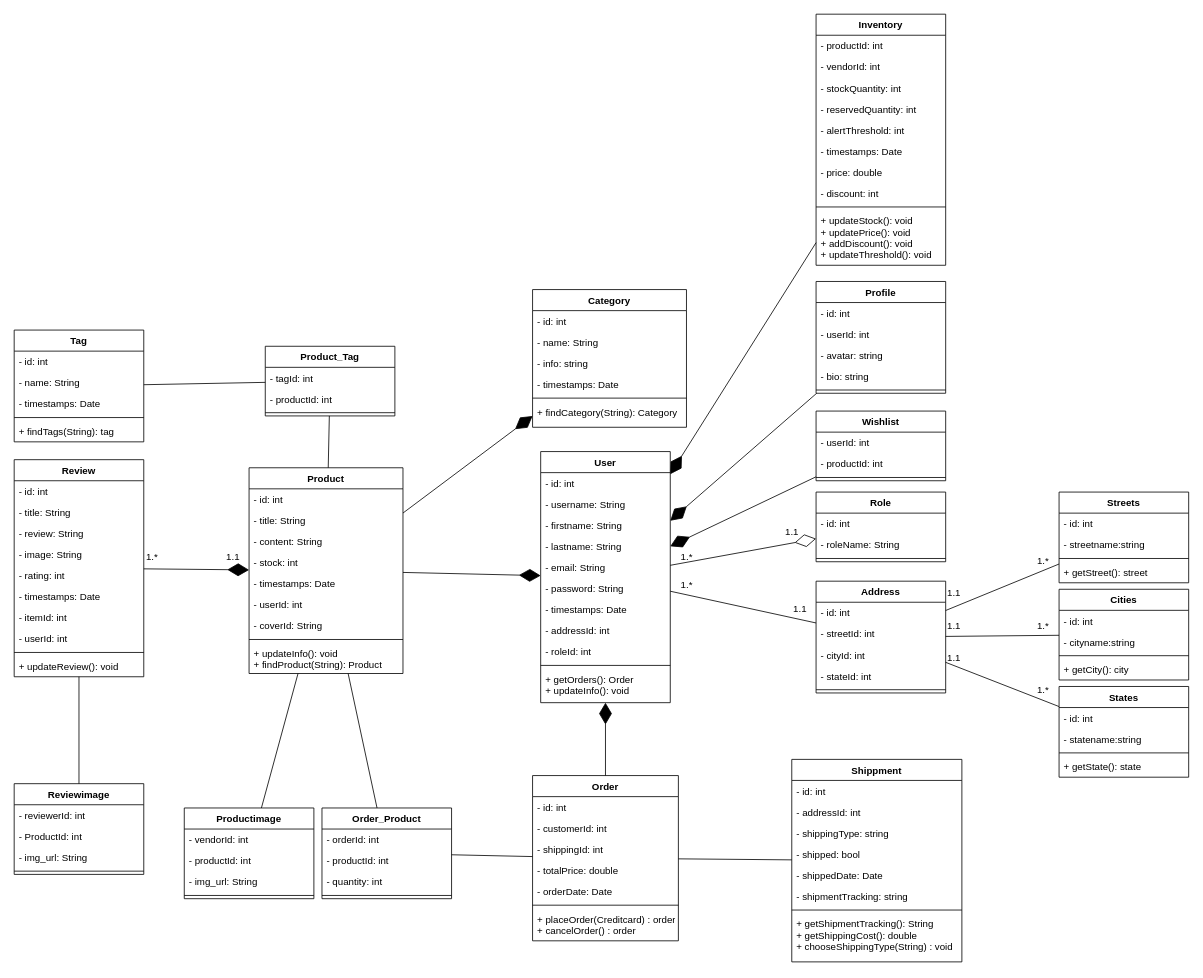
The draw.io diagram UML_Diagrams/uml.class-diagram.drawio in elkhailihamza/MoroChic-Treasures, before the edit. Source tidied: cells renumbered, new cells numbered last; positions are measured from the earlier drawing's top-left corner, leaving out a move shared by most shapes. Both pictures are drawn from the tidied source at 81%, with x=0, y=0 at pixel (14, 14).
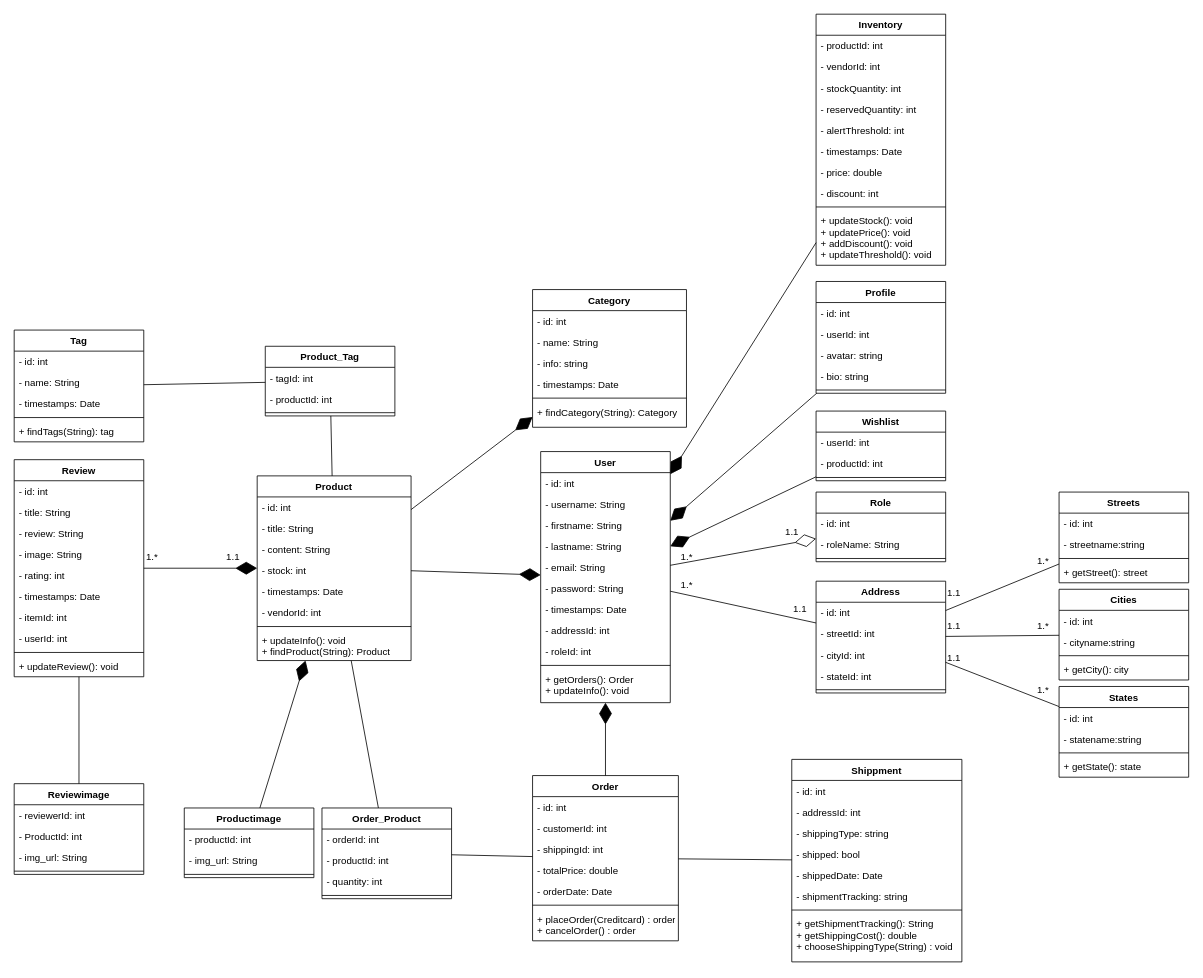
The same page after the edit.

Commit message:
Did some changes to class diagram,

**Changes:
Put a composition between product and product image,
Changed userId in product to vendorId,
Removed vendorId from ProductImage, as it could be accessed from the product,
Removed coverId from product,

Diff of the diagram source:
```diff
@@
     <mxCell id="18" value="Product" style="swimlane;fontStyle=1;align=center;verticalAlign=top;horizontal=1;startSize=26;" parent="1" vertex="1">
-      <mxGeometry x="290" y="560" width="190" height="254" as="geometry" />
+      <mxGeometry x="300" y="570" width="190" height="228" as="geometry" />
     </mxCell>
@@
-    <mxCell id="24" value="- userId: int" style="text;strokeColor=none;fillColor=none;align=left;verticalAlign=top;spacingLeft=4;spacingRight=4;overflow=hidden;" parent="18" vertex="1">
+    <mxCell id="24" value="- vendorId: int" style="text;strokeColor=none;fillColor=none;align=left;verticalAlign=top;spacingLeft=4;spacingRight=4;overflow=hidden;" parent="18" vertex="1">
       <mxGeometry y="156" width="190" height="26" as="geometry" />
     </mxCell>
-    <mxCell id="25" value="- coverId: String" style="text;strokeColor=none;fillColor=none;align=left;verticalAlign=top;spacingLeft=4;spacingRight=4;overflow=hidden;" parent="18" vertex="1">
-      <mxGeometry y="182" width="190" height="26" as="geometry" />
-    </mxCell>
     <mxCell id="26" style="line;strokeWidth=1;fillColor=none;align=left;verticalAlign=middle;spacingTop=-1;spacingLeft=3;spacingRight=3;labelPosition=right;strokeColor=inherit;" parent="18" vertex="1">
-      <mxGeometry y="208" width="190" height="8" as="geometry" />
+      <mxGeometry y="182" width="190" height="8" as="geometry" />
     </mxCell>
     <mxCell id="27" value="+ updateInfo(): void &#10;+ findProduct(String): Product " style="text;strokeColor=none;fillColor=none;align=left;verticalAlign=top;spacingLeft=4;spacingRight=4;overflow=hidden;" parent="18" vertex="1">
-      <mxGeometry y="216" width="190" height="38" as="geometry" />
+      <mxGeometry y="190" width="190" height="38" as="geometry" />
     </mxCell>
@@
     <mxCell id="39" value="Productimage" style="swimlane;fontStyle=1;align=center;verticalAlign=top;horizontal=1;startSize=26;" parent="1" vertex="1">
-      <mxGeometry x="210" y="980" width="160" height="112" as="geometry" />
+      <mxGeometry x="210" y="980" width="160" height="86" as="geometry" />
     </mxCell>
-    <mxCell id="40" value="- vendorId: int" style="text;strokeColor=none;fillColor=none;align=left;verticalAlign=top;spacingLeft=4;spacingRight=4;overflow=hidden;" parent="39" vertex="1">
-      <mxGeometry y="26" width="160" height="26" as="geometry" />
-    </mxCell>
     <mxCell id="41" value="- productId: int" style="text;strokeColor=none;fillColor=none;align=left;verticalAlign=top;spacingLeft=4;spacingRight=4;overflow=hidden;" parent="39" vertex="1">
-      <mxGeometry y="52" width="160" height="26" as="geometry" />
+      <mxGeometry y="26" width="160" height="26" as="geometry" />
     </mxCell>
     <mxCell id="42" value="- img_url: String" style="text;strokeColor=none;fillColor=none;align=left;verticalAlign=top;spacingLeft=4;spacingRight=4;overflow=hidden;" parent="39" vertex="1">
-      <mxGeometry y="78" width="160" height="26" as="geometry" />
+      <mxGeometry y="52" width="160" height="26" as="geometry" />
     </mxCell>
     <mxCell id="43" style="line;strokeWidth=1;fillColor=none;align=left;verticalAlign=middle;spacingTop=-1;spacingLeft=3;spacingRight=3;labelPosition=right;strokeColor=inherit;" parent="39" vertex="1">
-      <mxGeometry y="104" width="160" height="8" as="geometry" />
+      <mxGeometry y="78" width="160" height="8" as="geometry" />
     </mxCell>
@@
-    <mxCell id="84" style="endArrow=none;html=1;" parent="1" edge="1" source="18" target="39">
-      <mxGeometry relative="1" as="geometry" />
-    </mxCell>
@@
+    <mxCell id="161" style="endArrow=diamondThin;endFill=1;endSize=24;html=1;" parent="1" edge="1" source="39" target="18">
+      <mxGeometry relative="1" as="geometry" />
+    </mxCell>
```
